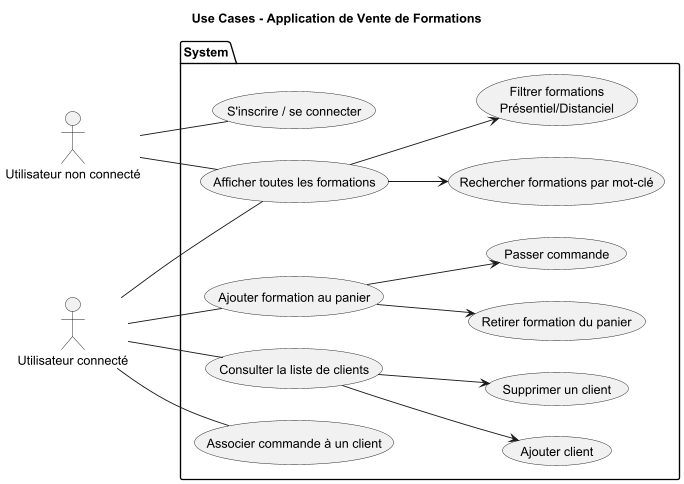
This is docs/useCases.png from rdpt03/FMS-JAVA-Eval-FormationsManager, a PlantUML export, as it was before one commit. Source of this version:
```plantuml
@startuml
title Use Cases - Application de Vente de Formations
left to right direction
actor "Utilisateur non connecté" as Guest
actor "Utilisateur connecté" as User

package System{
    usecase "S'inscrire / se connecter" as UC4

    usecase "Afficher toutes les formations" as UC1
    usecase "Rechercher formations par mot-clé" as UC2
    usecase "Filtrer formations\nPrésentiel/Distanciel" as UC3

    usecase "Ajouter formation au panier" as UC5
    usecase "Retirer formation du panier" as UC6
    usecase "Passer commande" as UC7

    usecase "Consulter la liste de clients" as UC9
    usecase "Ajouter client" as UC10
    usecase "Supprimer un client" as UC11

    usecase "Associer commande à un client" as UC8

    Guest -- UC1
    UC1 --> UC2
    UC1 --> UC3
    Guest -- UC4

    User -- UC1
    User -- UC5
    User -- UC8
    User -- UC9

    UC5 --> UC6
    UC5 --> UC7
    UC9 --> UC11
    UC9 --> UC10
}
@enduml
```
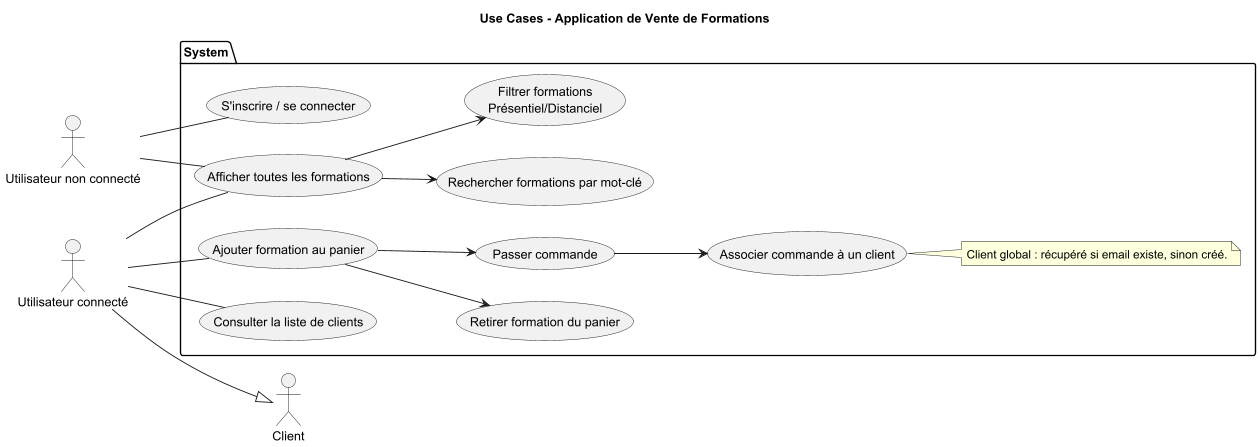
The same file after the commit.

Commit message:
add use cases image

The edit, as a diff of the source:
```diff
@@ -3,6 +3,7 @@
 left to right direction
 actor "Utilisateur non connecté" as Guest
 actor "Utilisateur connecté" as User
+actor "Client" as Client
 
 package System{
     usecase "S'inscrire / se connecter" as UC4
@@ -16,9 +17,6 @@
     usecase "Passer commande" as UC7
 
     usecase "Consulter la liste de clients" as UC9
-    usecase "Ajouter client" as UC10
-    usecase "Supprimer un client" as UC11
-
     usecase "Associer commande à un client" as UC8
 
     Guest -- UC1
@@ -28,12 +26,16 @@
 
     User -- UC1
     User -- UC5
-    User -- UC8
     User -- UC9
 
     UC5 --> UC6
     UC5 --> UC7
-    UC9 --> UC11
-    UC9 --> UC10
+    UC7 --> UC8
+
+    User --|> Client
+
+    note right of UC8
+      Client global : récupéré si email existe, sinon créé.
+    end note
 }
 @enduml
```
